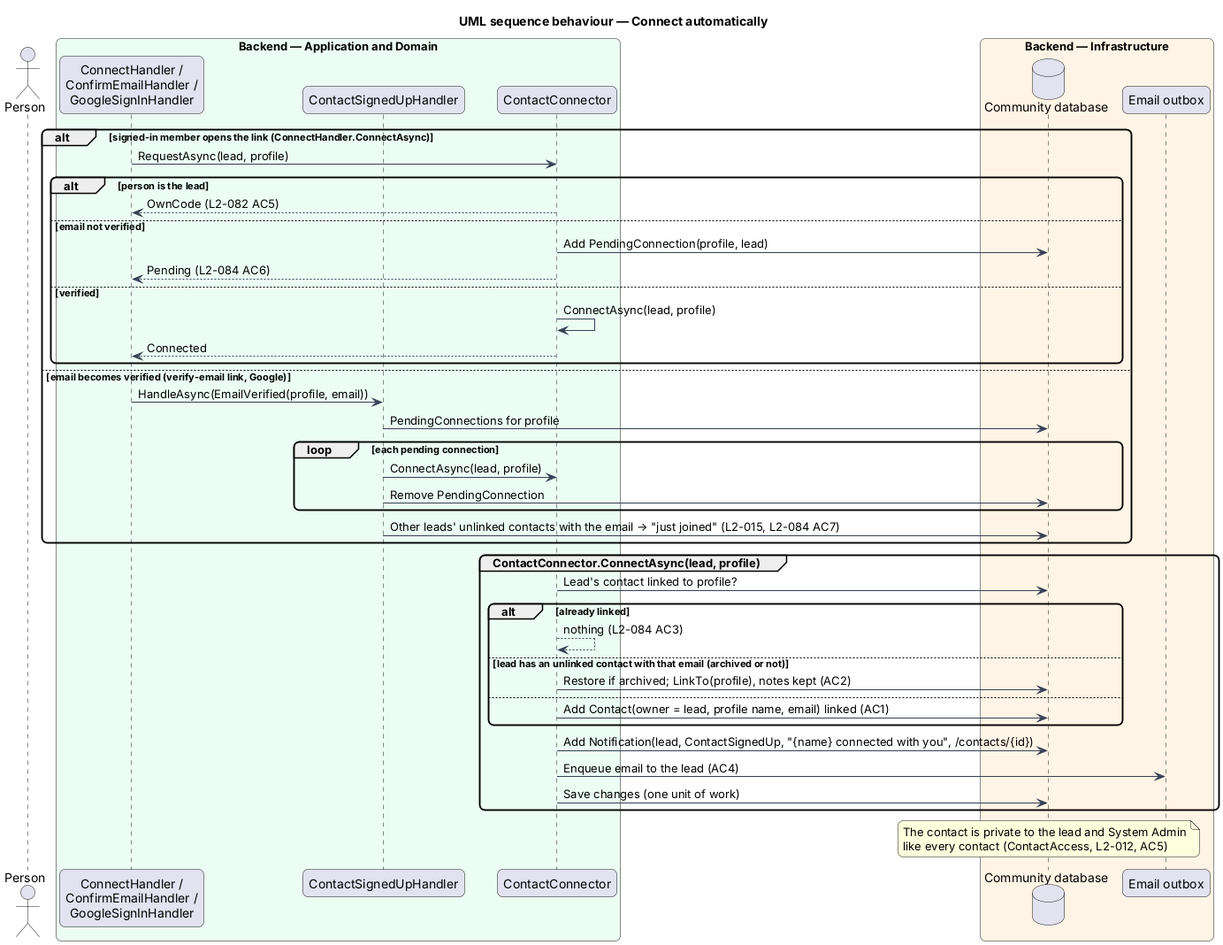
This is docs/detailed-designs/contacts/link-contact-on-sign-up/diagrams/sequence-connect-automatically.png from QuinntyneBrown/faithtech-community, a PlantUML export, as it was before one commit.
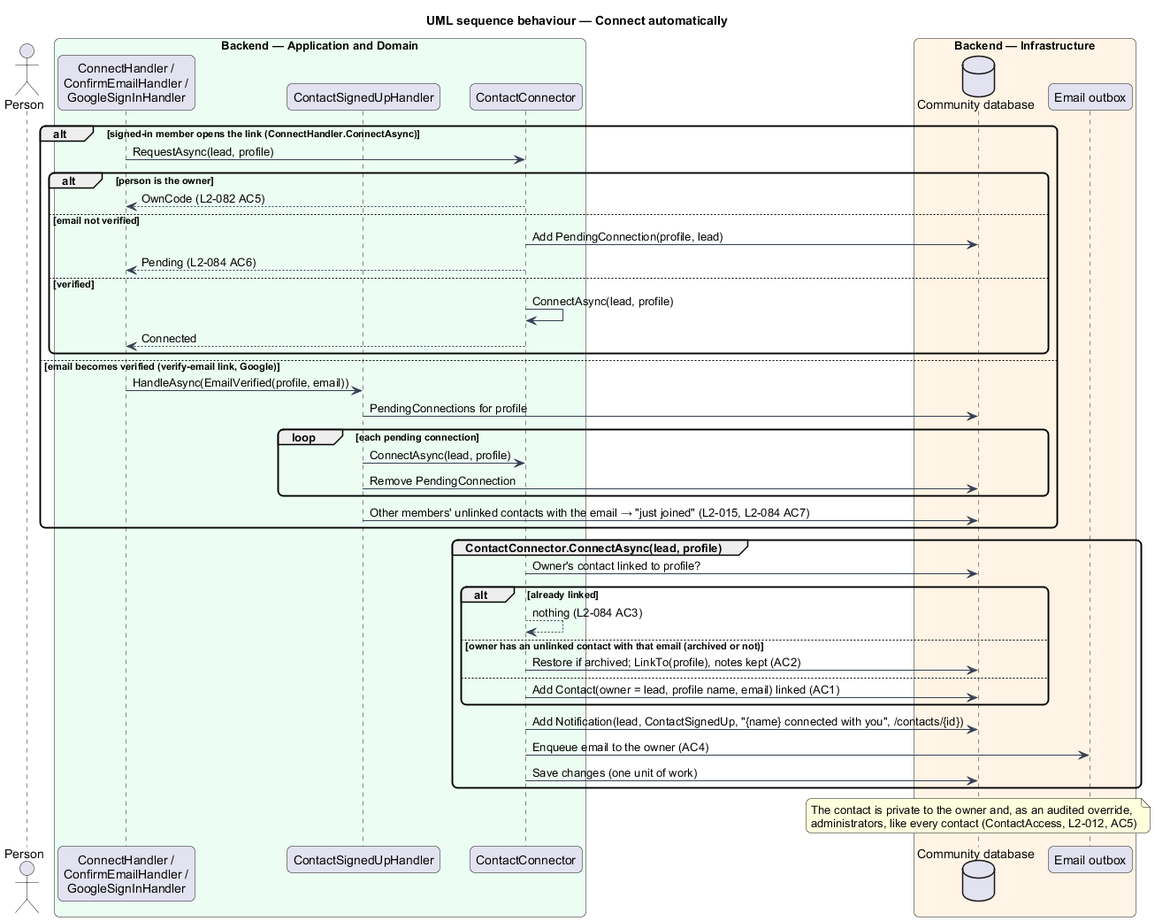
The same diagram one commit later.

Diff of the diagram source:
```diff
@@ -17,7 +17,7 @@
 end box
 alt signed-in member opens the link (ConnectHandler.ConnectAsync)
   src -> cc : RequestAsync(lead, profile)
-  alt person is the lead
+  alt person is the owner
     cc --> src : OwnCode (L2-082 AC5)
   else email not verified
     cc -> db : Add PendingConnection(profile, lead)
@@ -33,20 +33,20 @@
     csu -> cc : ConnectAsync(lead, profile)
     csu -> db : Remove PendingConnection
   end
-  csu -> db : Other leads' unlinked contacts with the email → "just joined" (L2-015, L2-084 AC7)
+  csu -> db : Other members' unlinked contacts with the email → "just joined" (L2-015, L2-084 AC7)
 end
 group ContactConnector.ConnectAsync(lead, profile)
-  cc -> db : Lead's contact linked to profile?
+  cc -> db : Owner's contact linked to profile?
   alt already linked
     cc --> cc : nothing (L2-084 AC3)
-  else lead has an unlinked contact with that email (archived or not)
+  else owner has an unlinked contact with that email (archived or not)
     cc -> db : Restore if archived; LinkTo(profile), notes kept (AC2)
   else
     cc -> db : Add Contact(owner = lead, profile name, email) linked (AC1)
   end
   cc -> db : Add Notification(lead, ContactSignedUp, "{name} connected with you", /contacts/{id})
-  cc -> mail : Enqueue email to the lead (AC4)
+  cc -> mail : Enqueue email to the owner (AC4)
   cc -> db : Save changes (one unit of work)
 end
-note over db : The contact is private to the lead and System Admin\nlike every contact (ContactAccess, L2-012, AC5)
+note over db : The contact is private to the owner and, as an audited override,\nadministrators, like every contact (ContactAccess, L2-012, AC5)
 @enduml
```
